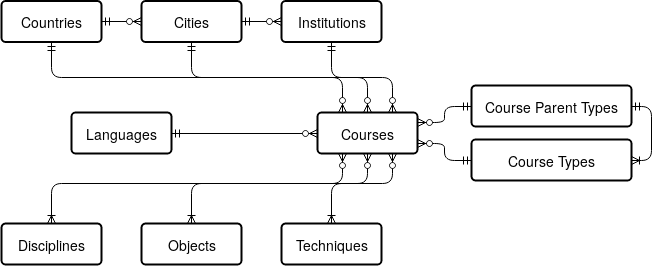
Above: webroot/img/DHCR ERD.png in acdh-oeaw/dhcr-main (draw.io), before the change. Source tidied: cells renumbered, new cells last; positions are measured from the earlier drawing's top-left corner, leaving out a move shared by most shapes.
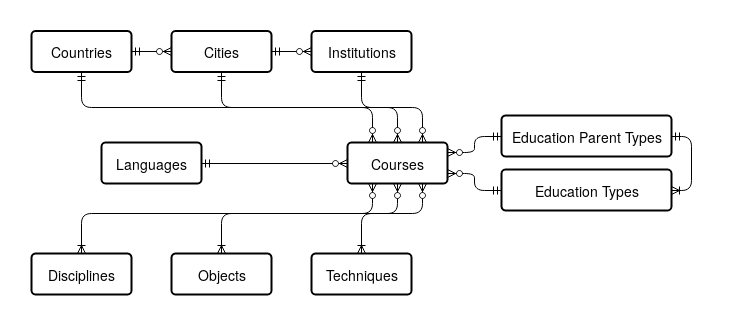
Later version of the same file.

What changed in the source:
```diff
@@ -26,11 +26,11 @@
     <mxCell id="9" value="Languages" style="strokeWidth=2;rounded=1;arcSize=10;whiteSpace=wrap;html=1;align=center;fontSize=14;" parent="1" vertex="1">
       <mxGeometry x="70" y="111" width="100" height="41" as="geometry" />
     </mxCell>
-    <mxCell id="10" value="Course Types" style="strokeWidth=2;rounded=1;arcSize=10;whiteSpace=wrap;html=1;align=center;fontSize=14;" parent="1" vertex="1">
-      <mxGeometry x="470" y="138" width="160" height="41" as="geometry" />
+    <mxCell id="10" value="Education Types" style="strokeWidth=2;rounded=1;arcSize=10;whiteSpace=wrap;html=1;align=center;fontSize=14;" parent="1" vertex="1">
+      <mxGeometry x="470" y="138" width="170" height="41" as="geometry" />
     </mxCell>
-    <mxCell id="11" value="Course Parent Types" style="strokeWidth=2;rounded=1;arcSize=10;whiteSpace=wrap;html=1;align=center;fontSize=14;" parent="1" vertex="1">
-      <mxGeometry x="470" y="84" width="160" height="41" as="geometry" />
+    <mxCell id="11" value="Education Parent Types" style="strokeWidth=2;rounded=1;arcSize=10;whiteSpace=wrap;html=1;align=center;fontSize=14;" parent="1" vertex="1">
+      <mxGeometry x="470" y="84" width="170" height="41" as="geometry" />
     </mxCell>
     <mxCell id="12" style="edgeStyle=orthogonalEdgeStyle;fontSize=12;html=1;endArrow=ERoneToMany;startArrow=ERzeroToMany;exitX=0.25;exitY=1;exitDx=0;exitDy=0;entryX=0.5;entryY=0;entryDx=0;entryDy=0;" parent="1" edge="1" source="2" target="3">
       <mxGeometry relative="1" as="geometry">
@@ -83,8 +83,8 @@
     <mxCell id="23" style="edgeStyle=orthogonalEdgeStyle;fontSize=12;html=1;endArrow=ERoneToMany;startArrow=ERmandOne;fontFamily=Helvetica;fontColor=#000000;align=center;strokeColor=#000000;exitX=1;exitY=0.5;exitDx=0;exitDy=0;entryX=1;entryY=0.5;entryDx=0;entryDy=0;" parent="1" edge="1" source="11" target="10">
       <mxGeometry relative="1" as="geometry">
         <Array as="points">
-          <mxPoint x="650" y="104.5" />
-          <mxPoint x="650" y="158.5" />
+          <mxPoint x="660" y="105" />
+          <mxPoint x="660" y="159" />
         </Array>
       </mxGeometry>
     </mxCell>
```
